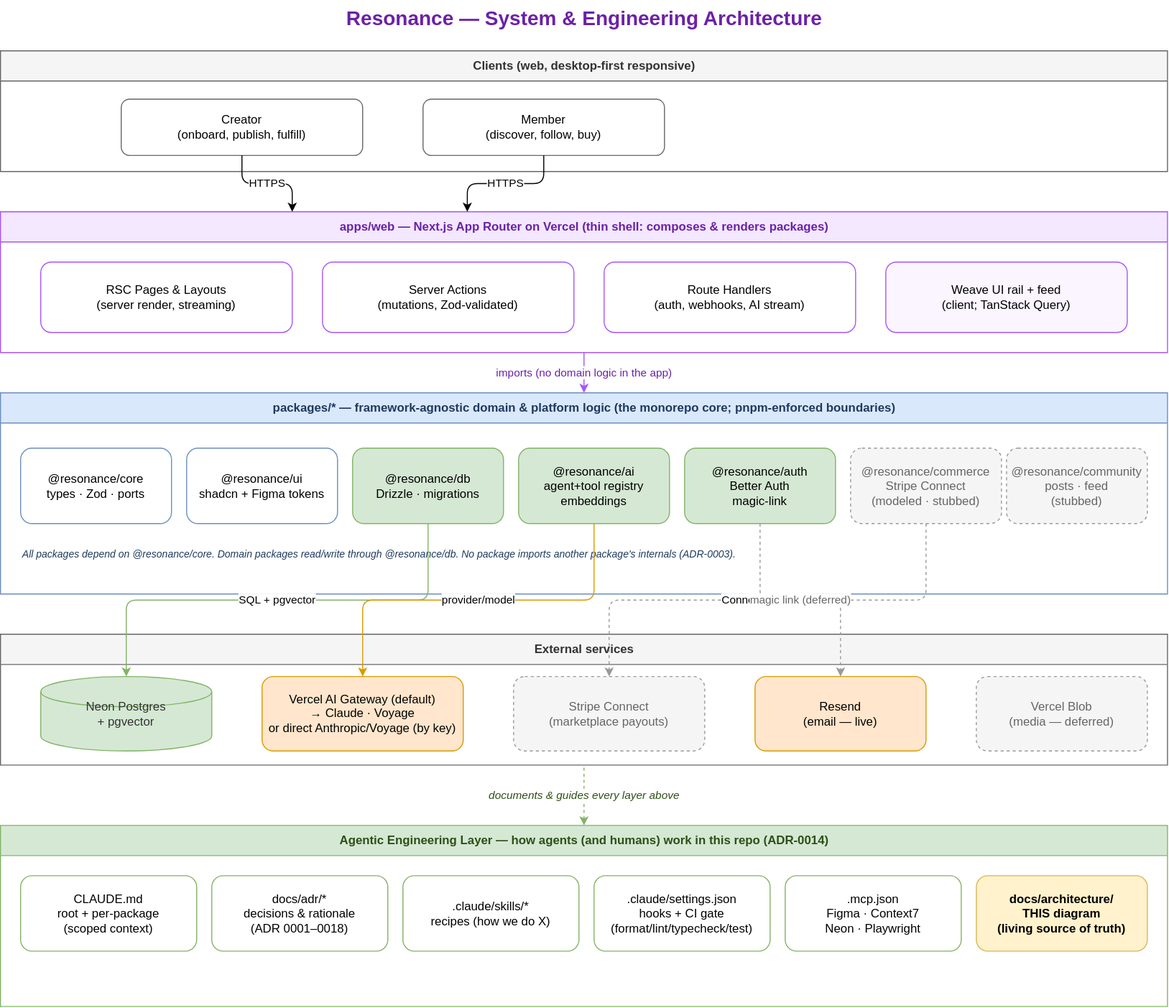
Earlier version of the draw.io export docs/architecture/resonance-architecture.svg (jwhector/resonance). Source tidied: cells renumbered, new cells last; positions are measured from the earlier drawing's top-left corner, leaving out a move shared by most shapes.
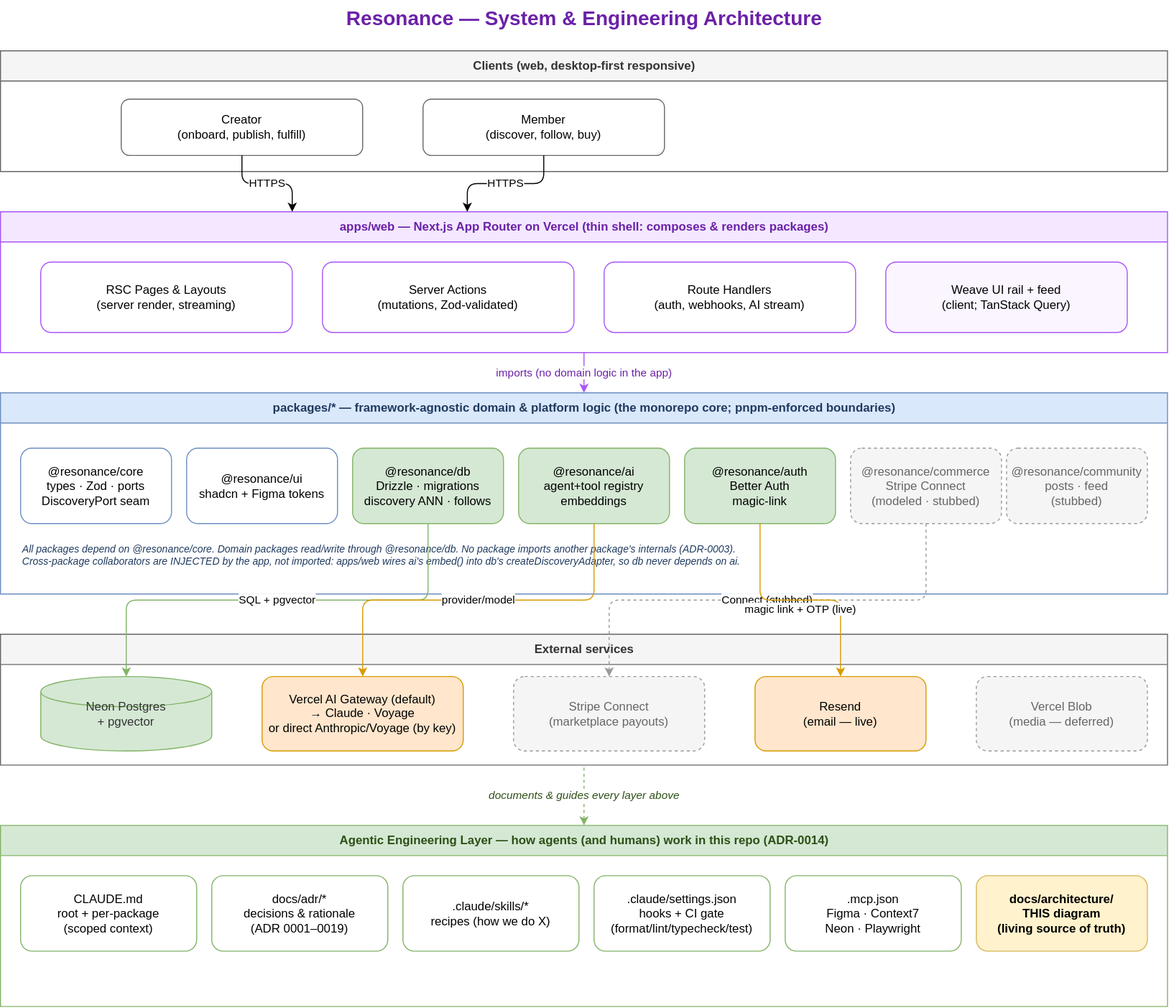
After the commit.

Commit message:
docs(architecture): sync diagram for Slice A + clear accumulated drift (ADR-0015)

What changed in the source:
```diff
@@ -32,13 +32,13 @@
     <mxCell id="11" value="packages/* — framework-agnostic domain &amp; platform logic (the monorepo core; pnpm-enforced boundaries)" style="swimlane;startSize=30;html=1;fillColor=#dae8fc;strokeColor=#6c8ebf;fontColor=#1F3A5F;fontStyle=1;" parent="1" vertex="1">
       <mxGeometry y="390" width="1160" height="200" as="geometry" />
     </mxCell>
-    <mxCell id="12" value="@resonance/core&#10;types · Zod · ports" style="rounded=1;whiteSpace=wrap;html=1;fillColor=#ffffff;strokeColor=#6c8ebf;" parent="11" vertex="1">
+    <mxCell id="12" value="@resonance/core&#10;types · Zod · ports&#10;DiscoveryPort seam" style="rounded=1;whiteSpace=wrap;html=1;fillColor=#ffffff;strokeColor=#6c8ebf;" parent="11" vertex="1">
       <mxGeometry x="20" y="55" width="150" height="75" as="geometry" />
     </mxCell>
     <mxCell id="13" value="@resonance/ui&#10;shadcn + Figma tokens" style="rounded=1;whiteSpace=wrap;html=1;fillColor=#ffffff;strokeColor=#6c8ebf;" parent="11" vertex="1">
       <mxGeometry x="185" y="55" width="150" height="75" as="geometry" />
     </mxCell>
-    <mxCell id="14" value="@resonance/db&#10;Drizzle · migrations" style="rounded=1;whiteSpace=wrap;html=1;fillColor=#d5e8d4;strokeColor=#82b366;" parent="11" vertex="1">
+    <mxCell id="14" value="@resonance/db&#10;Drizzle · migrations&#10;discovery ANN · follows" style="rounded=1;whiteSpace=wrap;html=1;fillColor=#d5e8d4;strokeColor=#82b366;" parent="11" vertex="1">
       <mxGeometry x="350" y="55" width="150" height="75" as="geometry" />
     </mxCell>
     <mxCell id="15" value="@resonance/ai&#10;agent+tool registry&#10;embeddings" style="rounded=1;whiteSpace=wrap;html=1;fillColor=#d5e8d4;strokeColor=#82b366;" parent="11" vertex="1">
@@ -53,8 +53,8 @@
     <mxCell id="18" value="@resonance/community&#10;posts · feed&#10;(stubbed)" style="rounded=1;whiteSpace=wrap;html=1;fillColor=#f5f5f5;strokeColor=#999999;dashed=1;fontColor=#666666;" parent="11" vertex="1">
       <mxGeometry x="1000" y="55" width="140" height="75" as="geometry" />
     </mxCell>
-    <mxCell id="19" value="All packages depend on @resonance/core. Domain packages read/write through @resonance/db. No package imports another package's internals (ADR-0003)." style="text;html=1;align=left;verticalAlign=middle;fontSize=10;fontColor=#1F3A5F;fontStyle=2;" parent="11" vertex="1">
-      <mxGeometry x="20" y="140" width="1120" height="40" as="geometry" />
+    <mxCell id="19" value="All packages depend on @resonance/core. Domain packages read/write through @resonance/db. No package imports another package's internals (ADR-0003).&#10;Cross-package collaborators are INJECTED by the app, not imported: apps/web wires ai's embed() into db's createDiscoveryAdapter, so db never depends on ai." style="text;html=1;align=left;verticalAlign=middle;fontSize=10;fontColor=#1F3A5F;fontStyle=2;" parent="11" vertex="1">
+      <mxGeometry x="20" y="138" width="1120" height="46" as="geometry" />
     </mxCell>
     <mxCell id="20" value="External services" style="swimlane;startSize=30;html=1;fillColor=#f5f5f5;strokeColor=#666666;fontColor=#333333;fontStyle=1;" parent="1" vertex="1">
       <mxGeometry y="630" width="1160" height="130" as="geometry" />
@@ -80,7 +80,7 @@
     <mxCell id="27" value="CLAUDE.md&#10;root + per-package&#10;(scoped context)" style="rounded=1;whiteSpace=wrap;html=1;fillColor=#ffffff;strokeColor=#82b366;" parent="26" vertex="1">
       <mxGeometry x="20" y="50" width="175" height="75" as="geometry" />
     </mxCell>
-    <mxCell id="28" value="docs/adr/*&#10;decisions &amp; rationale&#10;(ADR 0001–0018)" style="rounded=1;whiteSpace=wrap;html=1;fillColor=#ffffff;strokeColor=#82b366;" parent="26" vertex="1">
+    <mxCell id="28" value="docs/adr/*&#10;decisions &amp; rationale&#10;(ADR 0001–0019)" style="rounded=1;whiteSpace=wrap;html=1;fillColor=#ffffff;strokeColor=#82b366;" parent="26" vertex="1">
       <mxGeometry x="210" y="50" width="175" height="75" as="geometry" />
     </mxCell>
     <mxCell id="29" value=".claude/skills/*&#10;recipes (how we do X)" style="rounded=1;whiteSpace=wrap;html=1;fillColor=#ffffff;strokeColor=#82b366;" parent="26" vertex="1">
@@ -113,8 +113,10 @@
     <mxCell id="38" value="Connect (stubbed)" style="edgeStyle=orthogonalEdgeStyle;rounded=1;jettySize=auto;html=1;dashed=1;exitX=0.5;exitY=1;exitDx=0;exitDy=0;entryX=0.5;entryY=0;entryDx=0;entryDy=0;strokeColor=#999999;" parent="1" edge="1" source="17" target="23">
       <mxGeometry relative="1" as="geometry" />
     </mxCell>
-    <mxCell id="39" value="magic link (deferred)" style="edgeStyle=orthogonalEdgeStyle;rounded=1;jettySize=auto;html=1;dashed=1;exitX=0.5;exitY=1;exitDx=0;exitDy=0;entryX=0.5;entryY=0;entryDx=0;entryDy=0;strokeColor=#999999;fontColor=#666666;" parent="1" edge="1" source="16" target="24">
-      <mxGeometry relative="1" as="geometry" />
+    <mxCell id="39" value="magic link + OTP (live)" style="edgeStyle=orthogonalEdgeStyle;rounded=1;jettySize=auto;html=1;exitX=0.5;exitY=1;exitDx=0;exitDy=0;entryX=0.5;entryY=0;entryDx=0;entryDy=0;strokeColor=#d79b00;verticalAlign=bottom;labelBackgroundColor=#ffffff;" parent="1" edge="1" source="16" target="24">
+      <mxGeometry relative="1" as="geometry">
+        <mxPoint y="18" as="offset" />
+      </mxGeometry>
     </mxCell>
     <mxCell id="40" value="documents &amp; guides every layer above" style="edgeStyle=orthogonalEdgeStyle;rounded=1;jettySize=auto;html=1;dashed=1;startArrow=classic;endArrow=none;exitX=0.5;exitY=0;exitDx=0;exitDy=0;entryX=0.5;entryY=1;entryDx=0;entryDy=0;strokeColor=#82b366;fontColor=#2D5016;fontStyle=2;" parent="1" edge="1" source="26" target="20">
       <mxGeometry relative="1" as="geometry" />
```
